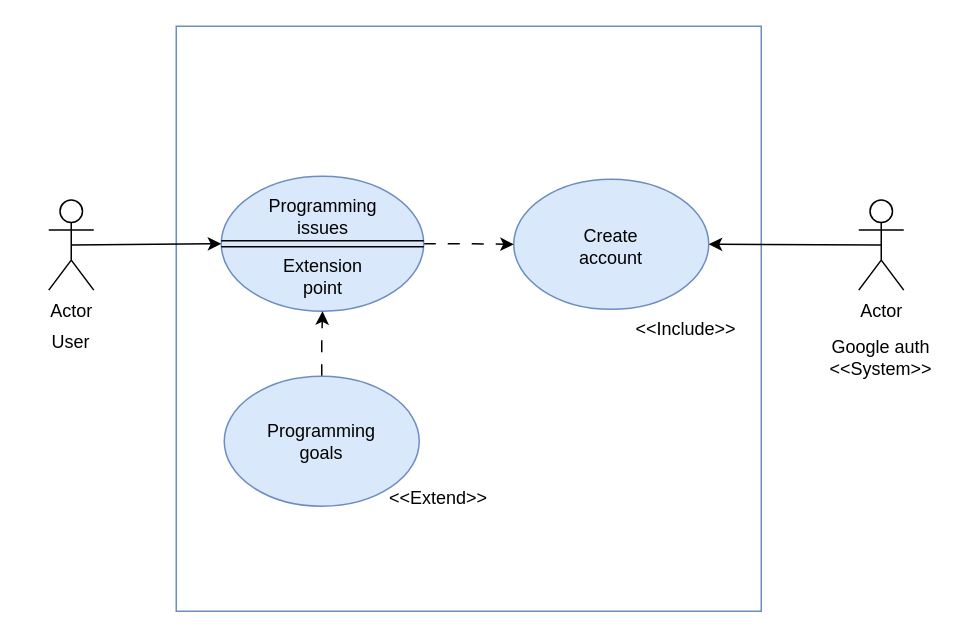
Earlier version of the draw.io diagram UML_use-case_toDo_list_.drawio (BNAStudio/todo-list). Source tidied: cells renumbered, new cells numbered last; positions are measured from the earlier drawing's top-left corner, leaving out a move shared by most shapes. Both pictures are drawn from the tidied source at 150%, with x=0, y=0 at pixel (26, 26).
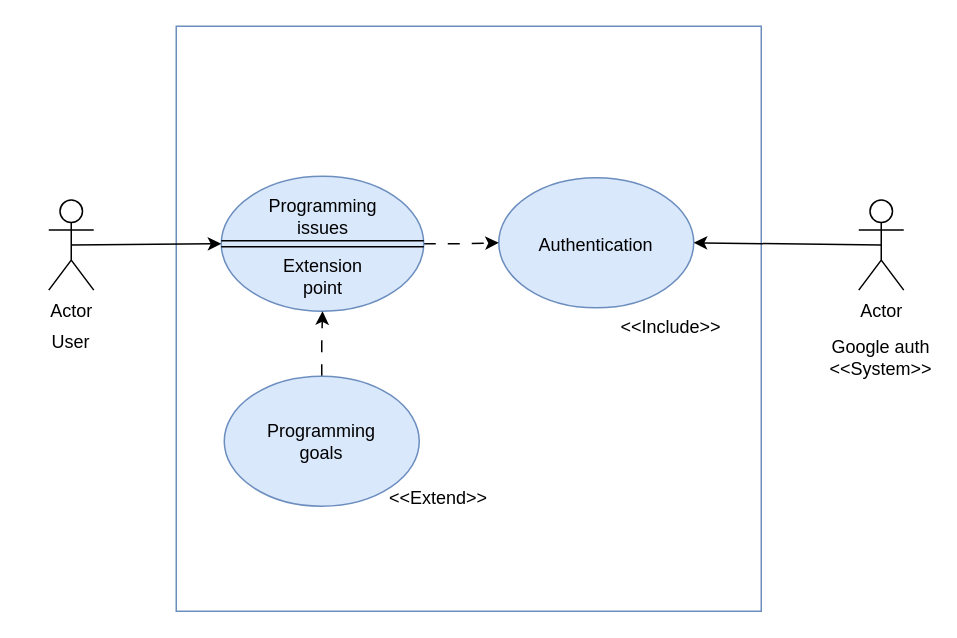
After the change.

The change refers to these unchanged cells:
```xml
<mxCell id="8" style="group;" parent="7" vertex="1">
  <mxGeometry width="120" height="86.7" as="geometry" />
</mxCell>
```

What changed in the source:
```diff
@@
     <mxCell id="7" style="group;" parent="1" vertex="1">
-      <mxGeometry x="330" y="107" width="140" height="110" as="geometry" />
+      <mxGeometry x="320" y="106" width="140" height="110" as="geometry" />
     </mxCell>
@@
-    <mxCell id="10" value="Create account" style="text;html=1;strokeColor=none;fillColor=none;align=center;verticalAlign=middle;whiteSpace=wrap;rounded=0;" parent="8" vertex="1">
+    <mxCell id="10" value="Authentication" style="text;html=1;strokeColor=none;fillColor=none;align=center;verticalAlign=middle;whiteSpace=wrap;rounded=0;" parent="8" vertex="1">
       <mxGeometry x="30" y="25" width="60" height="30" as="geometry" />
     </mxCell>
```
